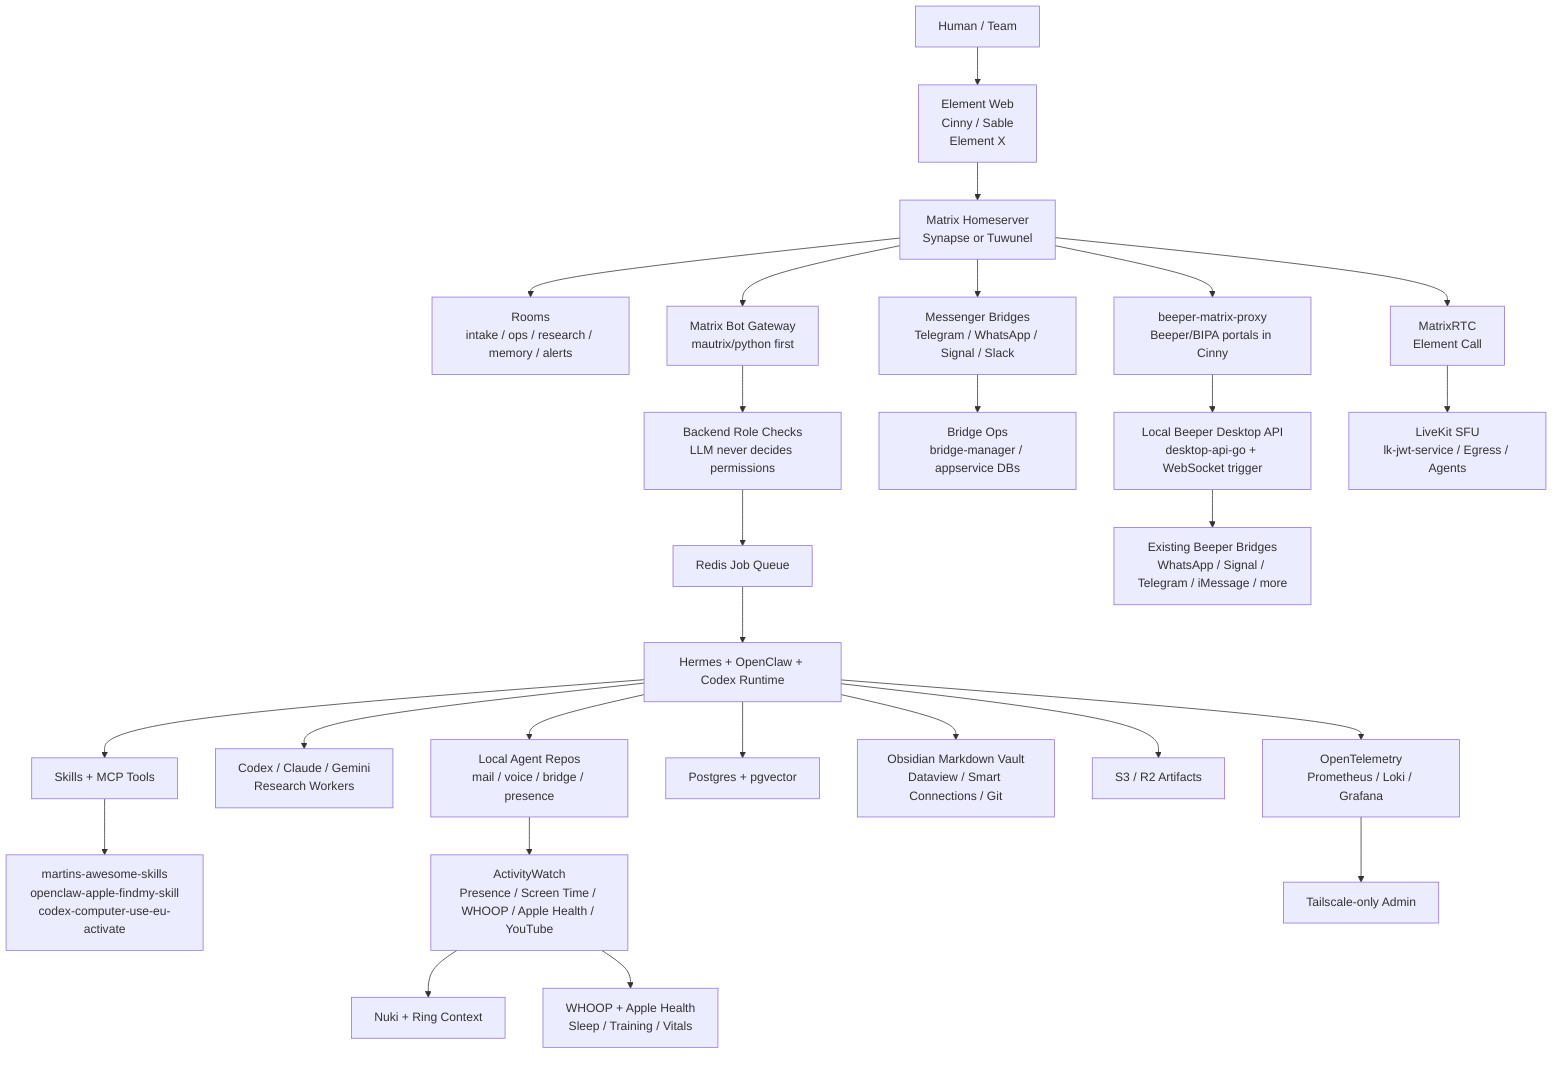
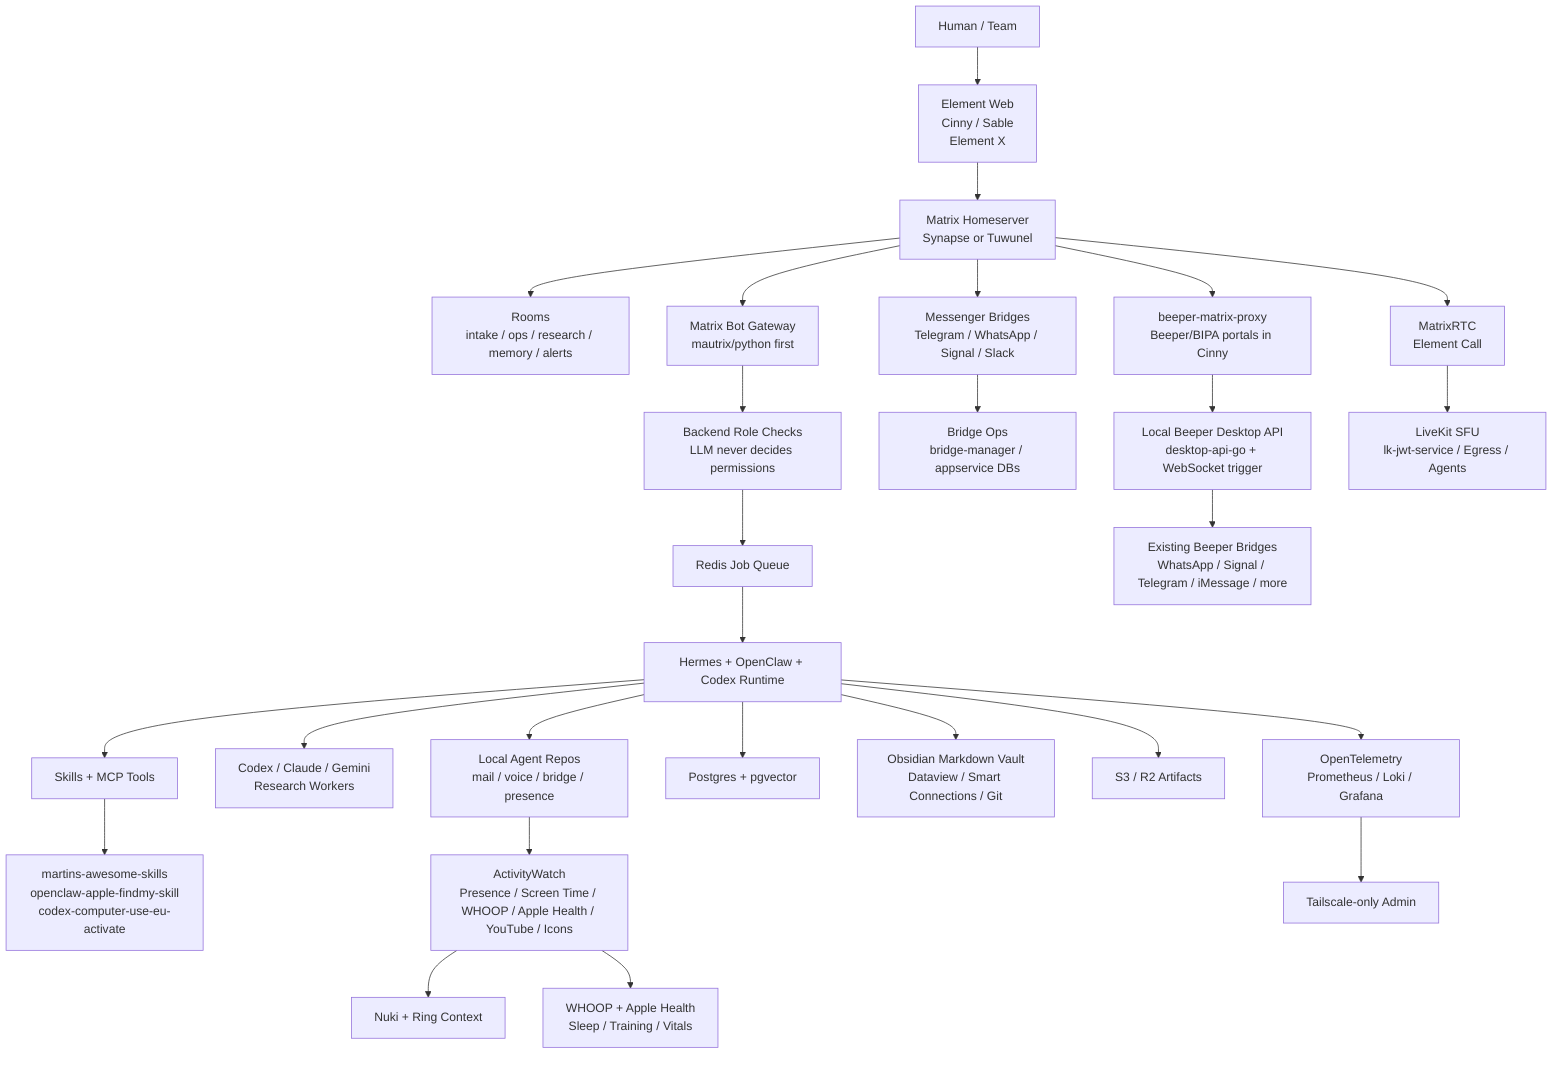
flowchart TB
  User["Human / Team"] --> Clients["Element Web<br/>Cinny / Sable<br/>Element X"]
  Clients --> Matrix["Matrix Homeserver<br/>Synapse or Tuwunel"]

  Matrix --> Rooms["Rooms<br/>intake / ops / research / memory / alerts"]
  Matrix --> Gateway["Matrix Bot Gateway<br/>mautrix/python first"]
  Matrix --> Bridges["Messenger Bridges<br/>Telegram / WhatsApp / Signal / Slack"]
  Matrix --> BeeperProxy["beeper-matrix-proxy<br/>Beeper/BIPA portals in Cinny"]
  Matrix --> RTC["MatrixRTC<br/>Element Call"]

  Gateway --> Authz["Backend Role Checks<br/>LLM never decides permissions"]
  Authz --> Queue["Redis Job Queue"]
  Queue --> Runtime["Hermes + OpenClaw + Codex Runtime"]

  Runtime --> Skills["Skills + MCP Tools"]
  Skills --> SkillRepos["martins-awesome-skills<br/>openclaw-apple-findmy-skill<br/>codex-computer-use-eu-activate"]
  Runtime --> Workers["Codex / Claude / Gemini<br/>Research Workers"]
  Runtime --> LocalRepos["Local Agent Repos<br/>mail / voice / bridge / presence"]
  Runtime --> Memory["Postgres + pgvector"]
  Runtime --> Vault["Obsidian Markdown Vault<br/>Dataview / Smart Connections / Git"]
  Runtime --> Artifacts["S3 / R2 Artifacts"]

-   LocalRepos --> AW["ActivityWatch<br/>Presence / Screen Time / WHOOP / Apple Health / YouTube"]
+   LocalRepos --> AW["ActivityWatch<br/>Presence / Screen Time / WHOOP / Apple Health / YouTube / Icons"]
  AW --> Door["Nuki + Ring Context"]
  AW --> Health["WHOOP + Apple Health<br/>Sleep / Training / Vitals"]

  Bridges --> BridgeOps["Bridge Ops<br/>bridge-manager / appservice DBs"]
  BeeperProxy --> BeeperAPI["Local Beeper Desktop API<br/>desktop-api-go + WebSocket trigger"]
  BeeperAPI --> BeeperCloud["Existing Beeper Bridges<br/>WhatsApp / Signal / Telegram / iMessage / more"]
  RTC --> LiveKit["LiveKit SFU<br/>lk-jwt-service / Egress / Agents"]

  Runtime --> Observability["OpenTelemetry<br/>Prometheus / Loki / Grafana"]
  Observability --> Tailscale["Tailscale-only Admin"]
